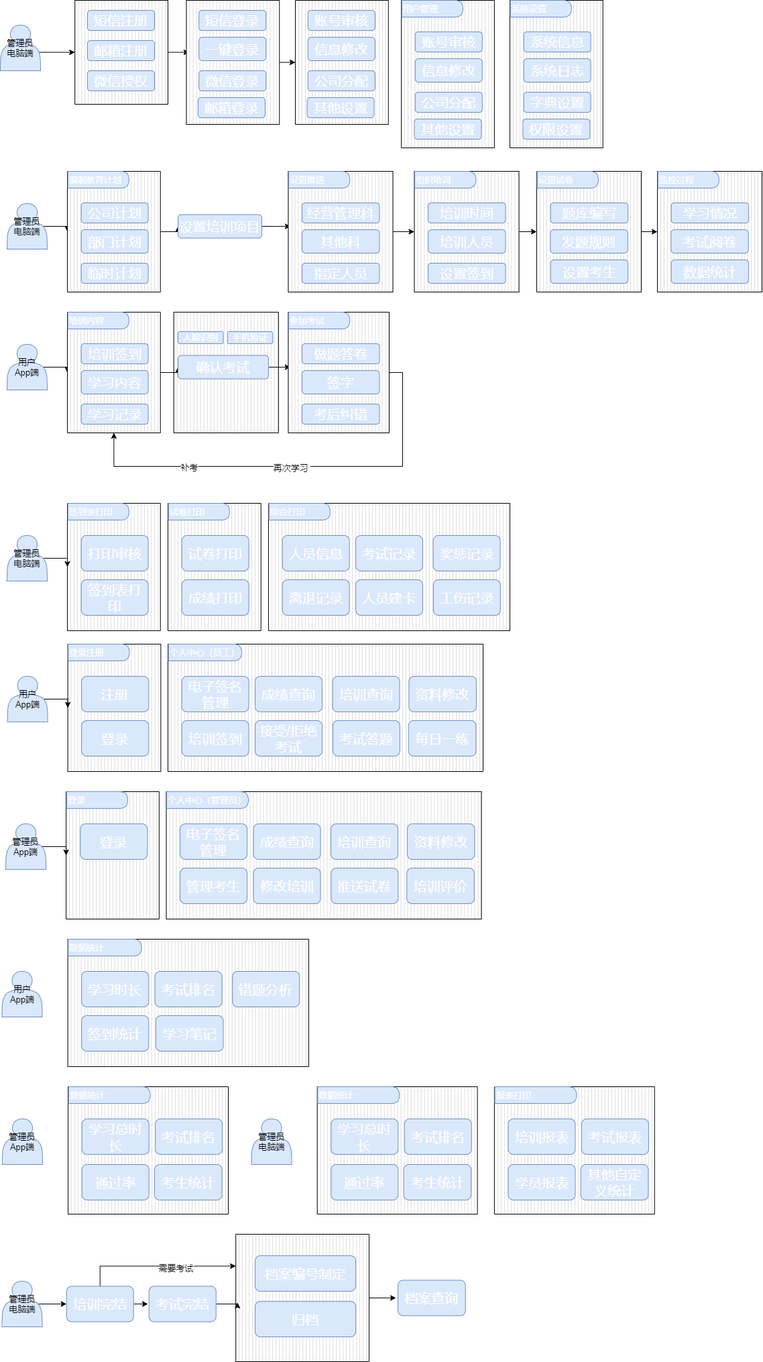
Above: Untitled Diagram.drawio.png in lenonjone/Toolkits (draw.io), before the change. Source tidied: cells renumbered, new cells last; positions are measured from the earlier drawing's top-left corner, leaving out a move shared by most shapes.
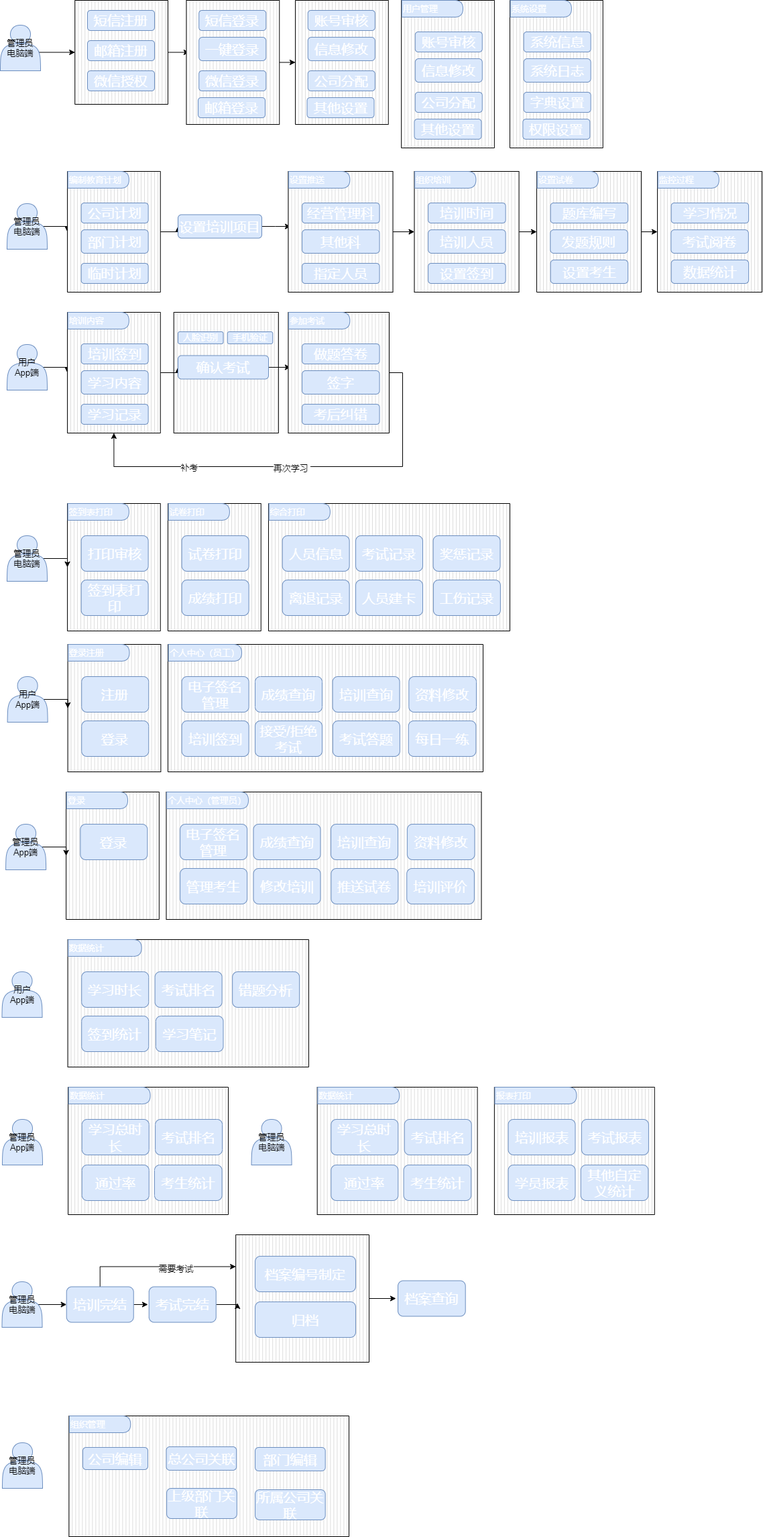
The same diagram one commit later.

What changed in the source:
```diff
@@ -536,5 +536,29 @@
     <mxCell id="175" value="档案查询" style="rounded=1;whiteSpace=wrap;html=1;fillColor=#dae8fc;strokeColor=#6c8ebf;fontColor=#FFFFFF;fontStyle=0;fontSize=20;" parent="1" vertex="1">
       <mxGeometry x="593.1" y="1908.5" width="100.6" height="53" as="geometry" />
     </mxCell>
+    <mxCell id="176" value="管理员&lt;br&gt;电脑端" style="shape=actor;whiteSpace=wrap;html=1;fontSize=13;fillColor=#dae8fc;strokeColor=#6c8ebf;" parent="1" vertex="1">
+      <mxGeometry x="3" y="2150" width="60" height="68" as="geometry" />
+    </mxCell>
+    <mxCell id="177" style="verticalLabelPosition=bottom;verticalAlign=top;html=1;shape=mxgraph.basic.patternFillRect;fillStyle=vert;step=5;fillStrokeWidth=0.2;fillStrokeColor=#dddddd;fontSize=13;fontColor=#FFFFFF;" parent="1" vertex="1">
+      <mxGeometry x="102.4" y="2110" width="417.6" height="180" as="geometry" />
+    </mxCell>
+    <mxCell id="178" value="公司编辑" style="rounded=1;whiteSpace=wrap;html=1;fillColor=#dae8fc;strokeColor=#6c8ebf;fontColor=#FFFFFF;fontStyle=0;fontSize=20;" parent="1" vertex="1">
+      <mxGeometry x="123" y="2157" width="97" height="33" as="geometry" />
+    </mxCell>
+    <mxCell id="179" value="总公司关联" style="rounded=1;whiteSpace=wrap;html=1;fillColor=#dae8fc;strokeColor=#6c8ebf;fontColor=#FFFFFF;fontStyle=0;fontSize=20;" parent="1" vertex="1">
+      <mxGeometry x="247.5" y="2156" width="104.7" height="35" as="geometry" />
+    </mxCell>
+    <mxCell id="180" value="组织管理" style="shape=delay;whiteSpace=wrap;html=1;fontSize=13;align=left;fillColor=#dae8fc;strokeColor=#6c8ebf;fontColor=#FFFFFF;" parent="1" vertex="1">
+      <mxGeometry x="103" y="2110" width="91.2" height="25" as="geometry" />
+    </mxCell>
+    <mxCell id="181" value="部门编辑" style="rounded=1;whiteSpace=wrap;html=1;fillColor=#dae8fc;strokeColor=#6c8ebf;fontColor=#FFFFFF;fontStyle=0;fontSize=20;" parent="1" vertex="1">
+      <mxGeometry x="380" y="2157" width="104.7" height="35" as="geometry" />
+    </mxCell>
+    <mxCell id="182" value="所属公司关联" style="rounded=1;whiteSpace=wrap;html=1;fillColor=#dae8fc;strokeColor=#6c8ebf;fontColor=#FFFFFF;fontStyle=0;fontSize=20;" parent="1" vertex="1">
+      <mxGeometry x="380" y="2220" width="104.7" height="45" as="geometry" />
+    </mxCell>
+    <mxCell id="183" value="上级部门关联" style="rounded=1;whiteSpace=wrap;html=1;fillColor=#dae8fc;strokeColor=#6c8ebf;fontColor=#FFFFFF;fontStyle=0;fontSize=20;" parent="1" vertex="1">
+      <mxGeometry x="248.1" y="2218" width="104.7" height="45" as="geometry" />
+    </mxCell>
   </root>
 </mxGraphModel>
```
